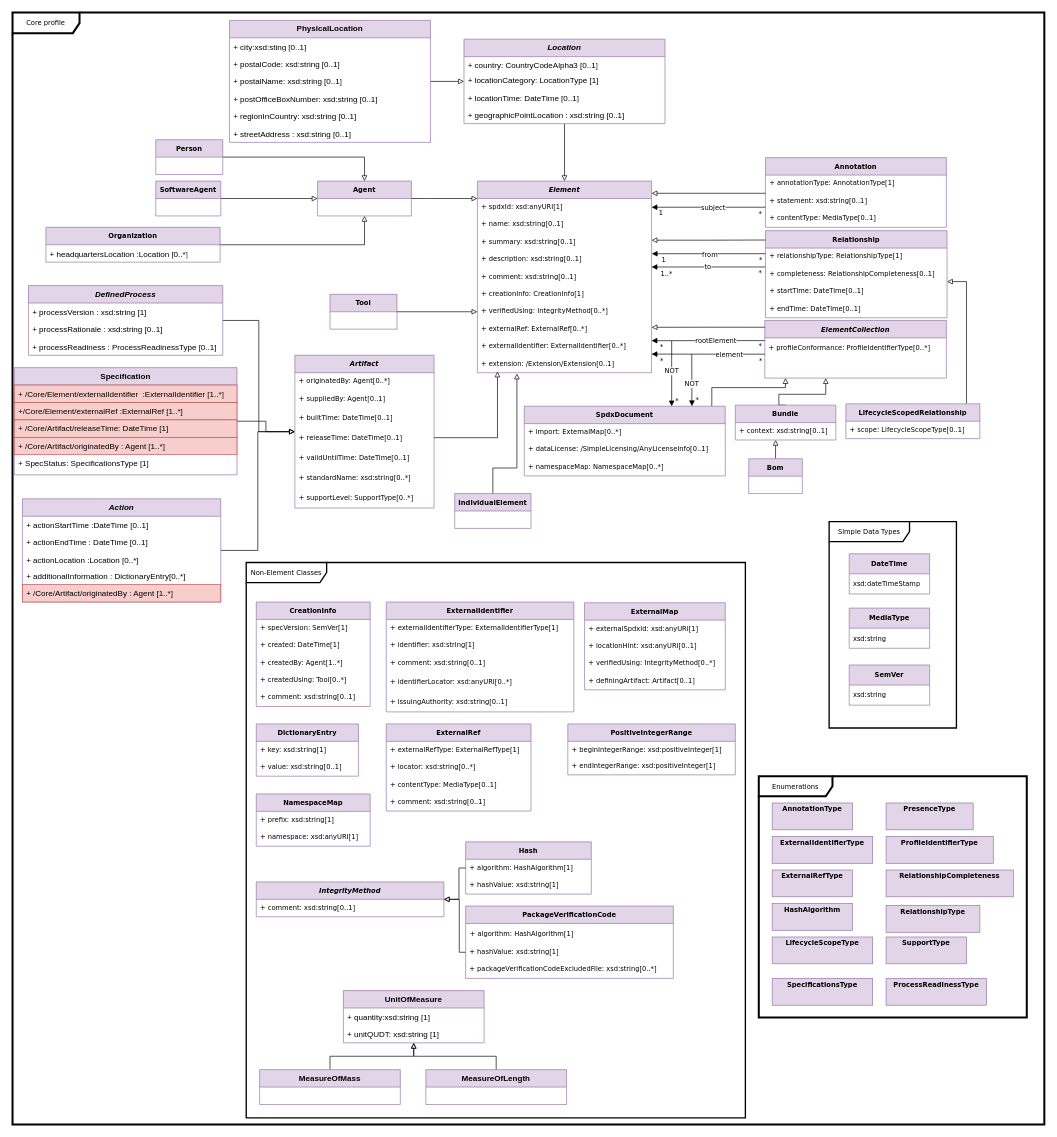
Above: page "Core" (1 of 9) of docs/model.drawio in stevenc-stb/spdx-3-model (draw.io), before the change. Source tidied: cells renumbered, new cells numbered last; positions are measured from the earlier drawing's top-left corner, leaving out a move shared by most shapes. Both pictures are drawn from the tidied source at 67%, with x=0, y=0 at pixel (12, 12).
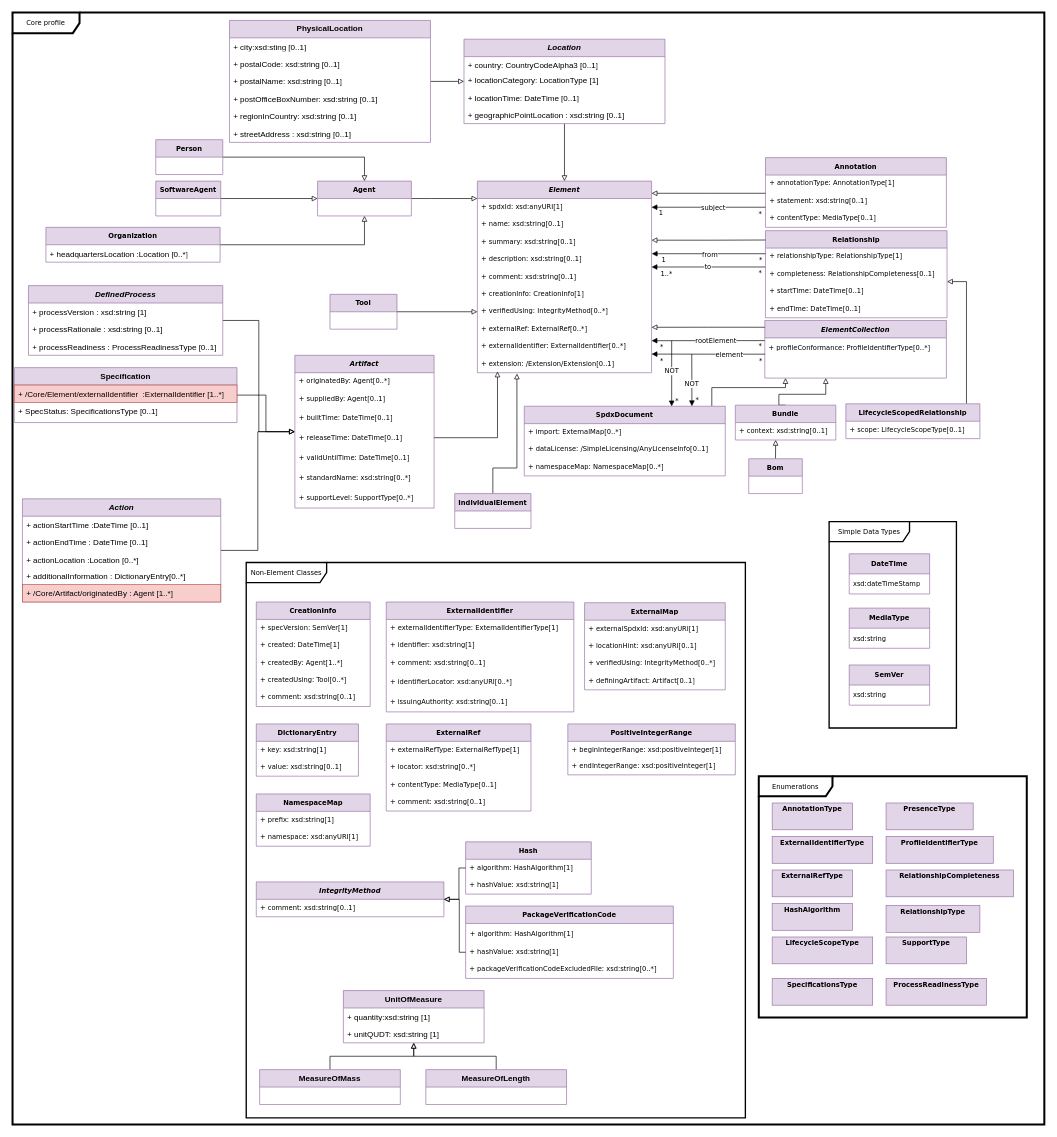
Above is the later version.

Change to the diagram source:
```diff
@@
     <mxCell id="172" value="&lt;b&gt;Specification&lt;/b&gt;" style="swimlane;fontStyle=0;horizontal=1;startSize=26;fillColor=#e1d5e7;whiteSpace=wrap;html=1;strokeColor=#9673a6;" parent="1" vertex="1">
-      <mxGeometry x="2.8" y="530.2" width="332.4" height="160" as="geometry" />
+      <mxGeometry x="2.8" y="530.2" width="332.4" height="82" as="geometry" />
     </mxCell>
@@
-    <mxCell id="174" value="+/Core/Element/externalRef :ExternalRef [1..*]" style="text;strokeColor=#b85450;fillColor=#f8cecc;align=left;verticalAlign=top;spacingLeft=4;spacingRight=4;overflow=hidden;whiteSpace=wrap;html=1;" parent="172" vertex="1">
-      <mxGeometry y="52" width="332.4" height="26" as="geometry" />
-    </mxCell>
-    <mxCell id="175" value="+ /Core/Artifact/releaseTime: DateTime [1]" style="text;strokeColor=#b85450;fillColor=#f8cecc;align=left;verticalAlign=top;spacingLeft=4;spacingRight=4;overflow=hidden;whiteSpace=wrap;html=1;" parent="172" vertex="1">
-      <mxGeometry y="78" width="332.4" height="26" as="geometry" />
-    </mxCell>
-    <mxCell id="176" value="+ /Core/Artifact/originatedBy : Agent [1..*]" style="text;strokeColor=#b85450;fillColor=#f8cecc;align=left;verticalAlign=top;spacingLeft=4;spacingRight=4;overflow=hidden;whiteSpace=wrap;html=1;labelBackgroundColor=none;" parent="172" vertex="1">
-      <mxGeometry y="104" width="332.4" height="26" as="geometry" />
-    </mxCell>
-    <mxCell id="177" value="+ SpecStatus: SpecificationsType [1]" style="text;strokeColor=none;fillColor=none;align=left;verticalAlign=top;spacingLeft=4;spacingRight=4;overflow=hidden;whiteSpace=wrap;html=1;" parent="172" vertex="1">
-      <mxGeometry y="130" width="332.4" height="30" as="geometry" />
+    <mxCell id="177" value="+ SpecStatus: SpecificationsType [0..1]" style="text;strokeColor=none;fillColor=none;align=left;verticalAlign=top;spacingLeft=4;spacingRight=4;overflow=hidden;whiteSpace=wrap;html=1;" parent="172" vertex="1">
+      <mxGeometry y="52" width="332.4" height="30" as="geometry" />
     </mxCell>
```
